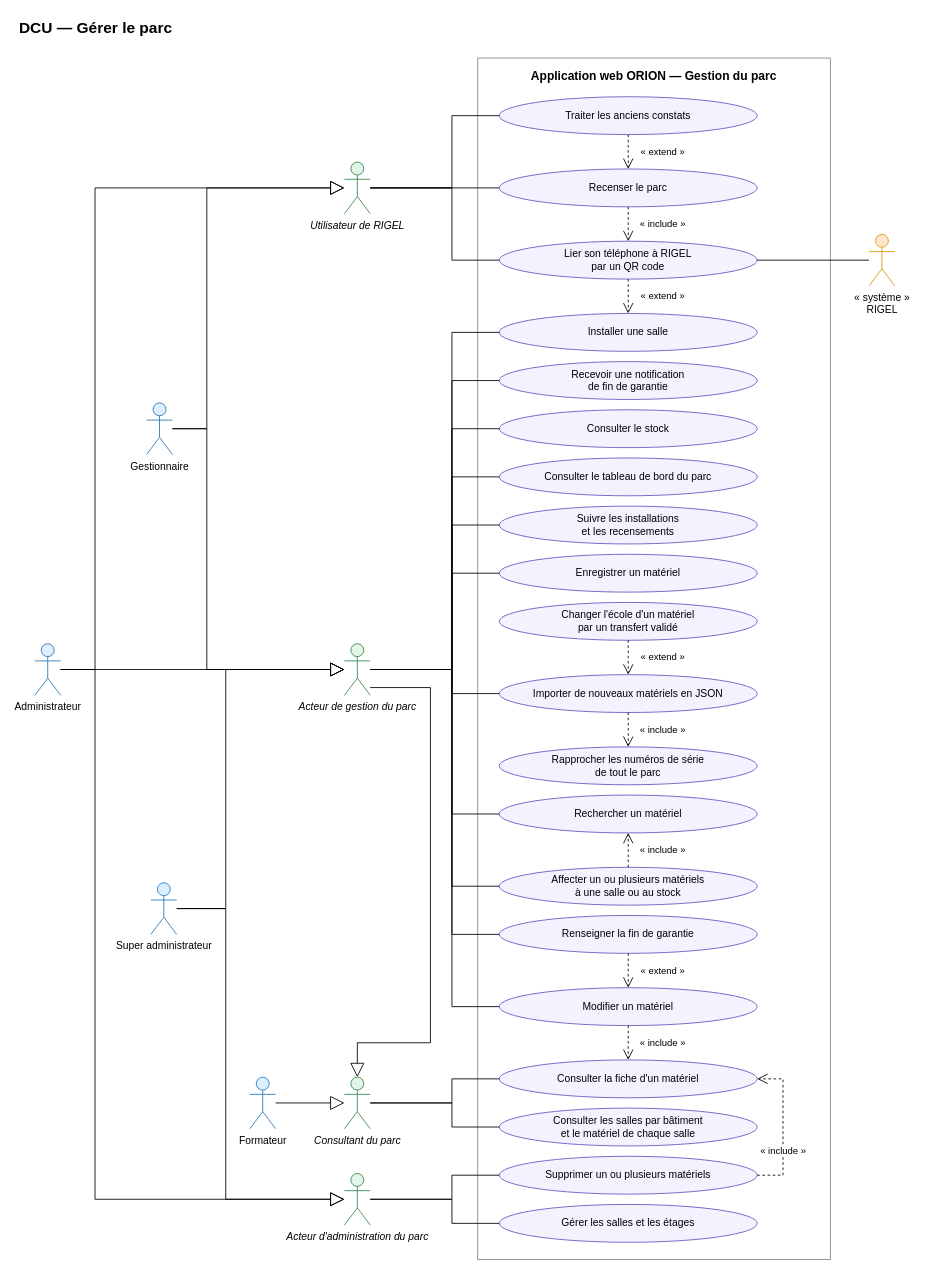
This is docs/02-ANALYSE/02-CAPTURE-DES-BESOINS/03-DCU-GESTION-PARC.drawio from bpierrelouis/aster, a draw.io file, before an edit. Source tidied: cells renumbered, new cells numbered last; positions are measured from the earlier drawing's top-left corner, leaving out a move shared by most shapes. Both pictures are drawn from the tidied source at 86%, with x=0, y=0 at pixel (17, 15).
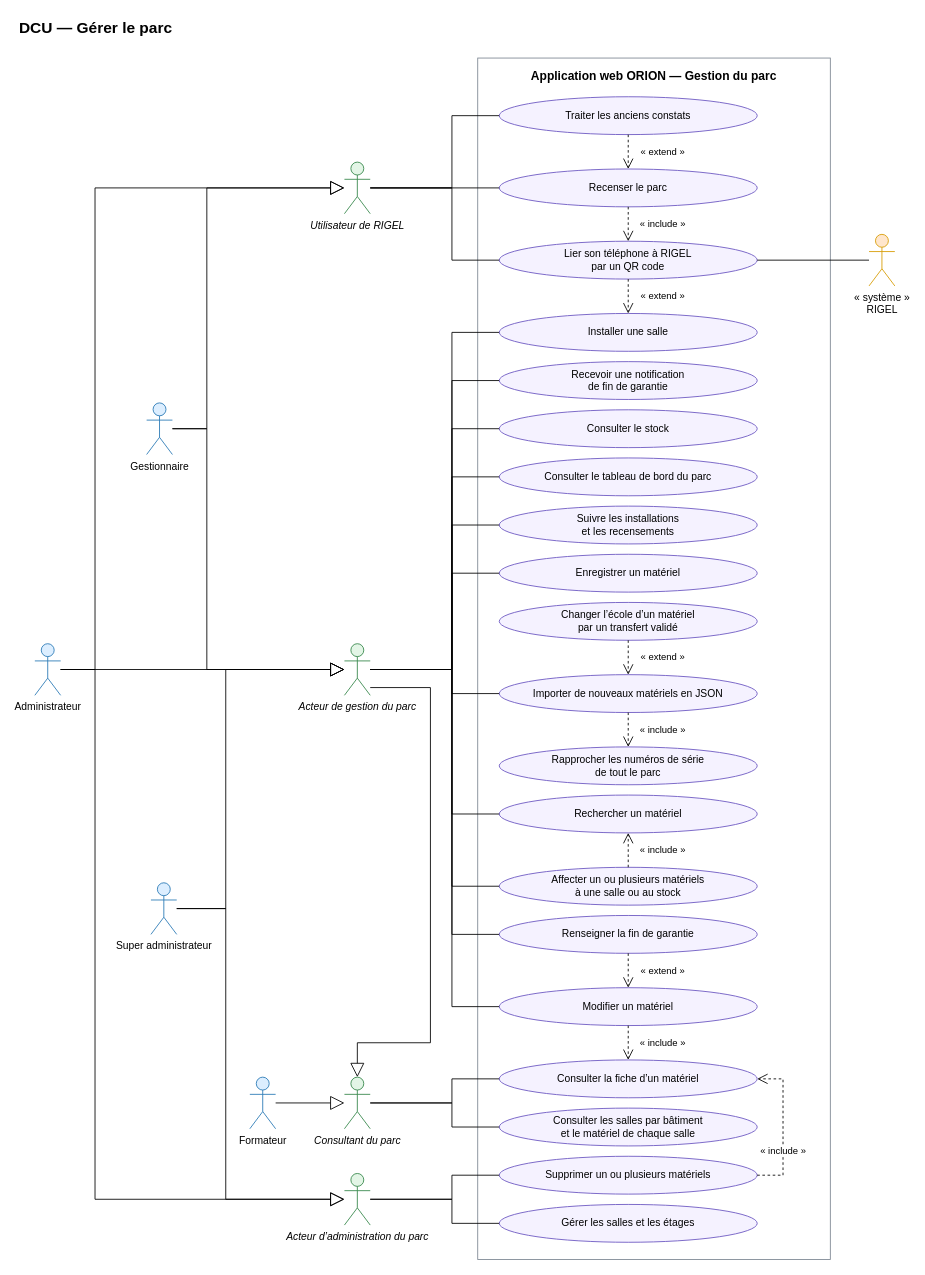
The same diagram, later.

Unchanged cells that the change refers to:
```xml
<mxCell id="3" value="Application web ORION — Gestion du parc" style="rounded=0;whiteSpace=wrap;html=1;verticalAlign=top;fontStyle=1;fontSize=14;fillColor=none;strokeColor=#7D8793;spacingTop=6;" parent="1" vertex="1">
  <mxGeometry x="535" y="50" width="410" height="1397" as="geometry" />
</mxCell>
```

Change to the diagram source:
```diff
@@
-    <mxCell id="13" value="Changer l'école d'un matériel&lt;br&gt;par un transfert validé" style="ellipse;whiteSpace=wrap;html=1;fontSize=12;fillColor=#F5F2FF;strokeColor=#6954C0;" parent="3" vertex="1">
+    <mxCell id="13" value="Changer l’école d’un matériel&lt;br&gt;par un transfert validé" style="ellipse;whiteSpace=wrap;html=1;fontSize=12;fillColor=#F5F2FF;strokeColor=#6954C0;" parent="3" vertex="1">
       <mxGeometry x="25" y="633" width="300" height="44" as="geometry" />
     </mxCell>
@@
-    <mxCell id="20" value="Consulter la fiche d'un matériel" style="ellipse;whiteSpace=wrap;html=1;fontSize=12;fillColor=#F5F2FF;strokeColor=#6954C0;" parent="3" vertex="1">
+    <mxCell id="20" value="Consulter la fiche d’un matériel" style="ellipse;whiteSpace=wrap;html=1;fontSize=12;fillColor=#F5F2FF;strokeColor=#6954C0;" parent="3" vertex="1">
       <mxGeometry x="25" y="1165" width="300" height="44" as="geometry" />
     </mxCell>
@@
-    <mxCell id="27" value="Acteur d'administration du parc" style="shape=umlActor;verticalLabelPosition=bottom;verticalAlign=top;html=1;outlineConnect=0;fontSize=12;fillColor=#E3F5E6;strokeColor=#35864A;fontStyle=2;" parent="1" vertex="1">
+    <mxCell id="27" value="Acteur d’administration du parc" style="shape=umlActor;verticalLabelPosition=bottom;verticalAlign=top;html=1;outlineConnect=0;fontSize=12;fillColor=#E3F5E6;strokeColor=#35864A;fontStyle=2;" parent="1" vertex="1">
       <mxGeometry x="380" y="1347" width="30" height="60" as="geometry" />
     </mxCell>
```
